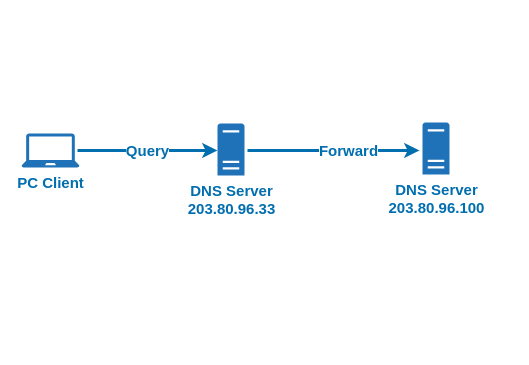
Before: Network.drawio in diskya/drive, a draw.io diagram. Source tidied: cells renumbered, new cells numbered last; positions are measured from the earlier drawing's top-left corner, leaving out a move shared by most shapes. Both pictures are drawn from the tidied source at 100%, with x=0, y=0 at pixel (21, 122).
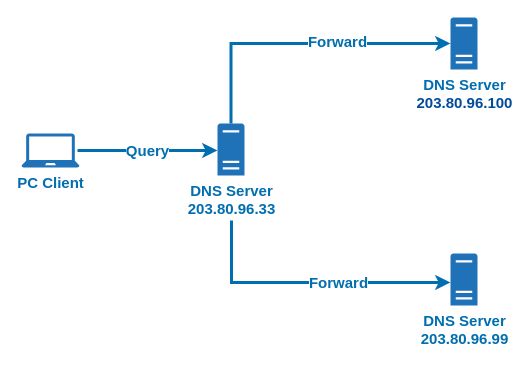
Above is the later version.

What changed in the source:
```diff
@@
 <mxGraphModel background="#FFFFFF">
   <root>
     <mxCell id="0" />
     <mxCell id="1" parent="0" />
     <mxCell id="2" value="&lt;b&gt;&lt;font style=&quot;font-size: 15px&quot; color=&quot;#006eaf&quot;&gt;Query&lt;/font&gt;&lt;/b&gt;" style="edgeStyle=orthogonalEdgeStyle;rounded=0;orthogonalLoop=1;jettySize=auto;html=1;fillColor=#1ba1e2;strokeWidth=3;strokeColor=#006EAF;" parent="1" edge="1">
       <mxGeometry relative="1" as="geometry">
         <mxPoint x="56" y="28" as="sourcePoint" />
         <mxPoint x="196" y="28" as="targetPoint" />
       </mxGeometry>
     </mxCell>
-    <mxCell id="3" style="edgeStyle=orthogonalEdgeStyle;rounded=0;orthogonalLoop=1;jettySize=auto;html=1;entryX=0;entryY=0.5;entryDx=0;entryDy=0;entryPerimeter=0;strokeWidth=3;fillColor=#0050ef;strokeColor=#006EAF;" parent="1" edge="1">
-      <mxGeometry relative="1" as="geometry">
-        <mxPoint x="226" y="28" as="sourcePoint" />
-        <mxPoint x="398" y="28" as="targetPoint" />
-      </mxGeometry>
-    </mxCell>
-    <mxCell id="4" value="&lt;font style=&quot;font-size: 15px&quot; color=&quot;#006eaf&quot;&gt;&lt;b&gt;Forward&lt;/b&gt;&lt;/font&gt;" style="edgeLabel;html=1;align=center;verticalAlign=middle;" parent="3" vertex="1">
-      <mxGeometry x="0.16" y="1" relative="1" as="geometry" />
-    </mxCell>
     <mxCell id="5" value="&lt;font style=&quot;font-size: 15px&quot; color=&quot;#006eaf&quot;&gt;&lt;b&gt;PC Client&lt;/b&gt;&lt;/font&gt;" style="shadow=0;dashed=0;html=1;strokeColor=none;labelPosition=center;verticalLabelPosition=bottom;verticalAlign=top;align=center;shape=mxgraph.office.devices.laptop;fillColor=#2072B8;" parent="1" vertex="1">
       <mxGeometry y="11" width="58" height="34" as="geometry" />
     </mxCell>
-    <mxCell id="6" value="&lt;b style=&quot;font-size: 15px&quot;&gt;&lt;font&gt;DNS Server&lt;br&gt;203.80.96.100&lt;/font&gt;&lt;/b&gt;" style="shadow=0;dashed=0;html=1;strokeColor=none;labelPosition=center;verticalLabelPosition=bottom;verticalAlign=top;outlineConnect=0;align=center;shape=mxgraph.office.servers.physical_host;fillColor=#2072B8;fontColor=#006EAF;" parent="1" vertex="1">
-      <mxGeometry x="401" width="27" height="52" as="geometry" />
+    <mxCell id="6" value="&lt;b style=&quot;font-size: 15px&quot;&gt;&lt;font&gt;DNS Server&lt;br&gt;&lt;font color=&quot;#004c99&quot;&gt;203.80.96.100&lt;/font&gt;&lt;/font&gt;&lt;/b&gt;" style="shadow=0;dashed=0;html=1;strokeColor=none;labelPosition=center;verticalLabelPosition=bottom;verticalAlign=top;outlineConnect=0;align=center;shape=mxgraph.office.servers.physical_host;fillColor=#2072B8;fontColor=#006EAF;" parent="1" vertex="1">
+      <mxGeometry x="429" y="-105" width="27" height="52" as="geometry" />
     </mxCell>
+    <mxCell id="8" style="edgeStyle=orthogonalEdgeStyle;rounded=0;jettySize=auto;html=1;fontSize=15;fontColor=#006EAF;strokeColor=#006EAF;strokeWidth=3;fillColor=#0050ef;" parent="1" edge="1" source="7" target="6">
+      <mxGeometry relative="1" as="geometry">
+        <Array as="points">
+          <mxPoint x="210" y="-79" />
+        </Array>
+      </mxGeometry>
+    </mxCell>
+    <mxCell id="9" value="&lt;b style=&quot;font-size: 15px;&quot;&gt;Forward&lt;/b&gt;" style="edgeLabel;html=1;align=center;verticalAlign=middle;fontSize=15;fontColor=#006EAF;" parent="8" vertex="1">
+      <mxGeometry x="-0.05" y="3" relative="1" as="geometry">
+        <mxPoint x="44" as="offset" />
+      </mxGeometry>
+    </mxCell>
+    <mxCell id="10" value="&lt;b&gt;Forward&lt;/b&gt;" style="edgeStyle=orthogonalEdgeStyle;rounded=0;jumpSize=6;jettySize=auto;html=1;fontSize=15;fontColor=#006EAF;strokeColor=#006EAF;strokeWidth=3;fillColor=#0050ef;verticalAlign=middle;align=center;" parent="1" edge="1" target="11">
+      <mxGeometry x="0.2" relative="1" as="geometry">
+        <mxPoint x="210" y="98" as="sourcePoint" />
+        <Array as="points">
+          <mxPoint x="210" y="160" />
+        </Array>
+      </mxGeometry>
+    </mxCell>
     <mxCell id="7" value="&lt;b style=&quot;font-size: 15px&quot;&gt;&lt;font&gt;DNS Server&lt;br&gt;203.80.96.33&lt;/font&gt;&lt;/b&gt;" style="shadow=0;dashed=0;html=1;strokeColor=none;labelPosition=center;verticalLabelPosition=bottom;verticalAlign=top;outlineConnect=0;align=center;shape=mxgraph.office.servers.physical_host;fillColor=#2072B8;fontColor=#006EAF;" parent="1" vertex="1">
       <mxGeometry x="196" y="1" width="27" height="52" as="geometry" />
     </mxCell>
+    <mxCell id="11" value="&lt;b style=&quot;font-size: 15px&quot;&gt;&lt;font&gt;DNS Server&lt;br&gt;203.80.96.99&lt;/font&gt;&lt;/b&gt;" style="shadow=0;dashed=0;html=1;strokeColor=none;labelPosition=center;verticalLabelPosition=bottom;verticalAlign=top;outlineConnect=0;align=center;shape=mxgraph.office.servers.physical_host;fillColor=#2072B8;fontColor=#006EAF;" parent="1" vertex="1">
+      <mxGeometry x="429" y="131" width="27" height="52" as="geometry" />
+    </mxCell>
   </root>
 </mxGraphModel>
```
